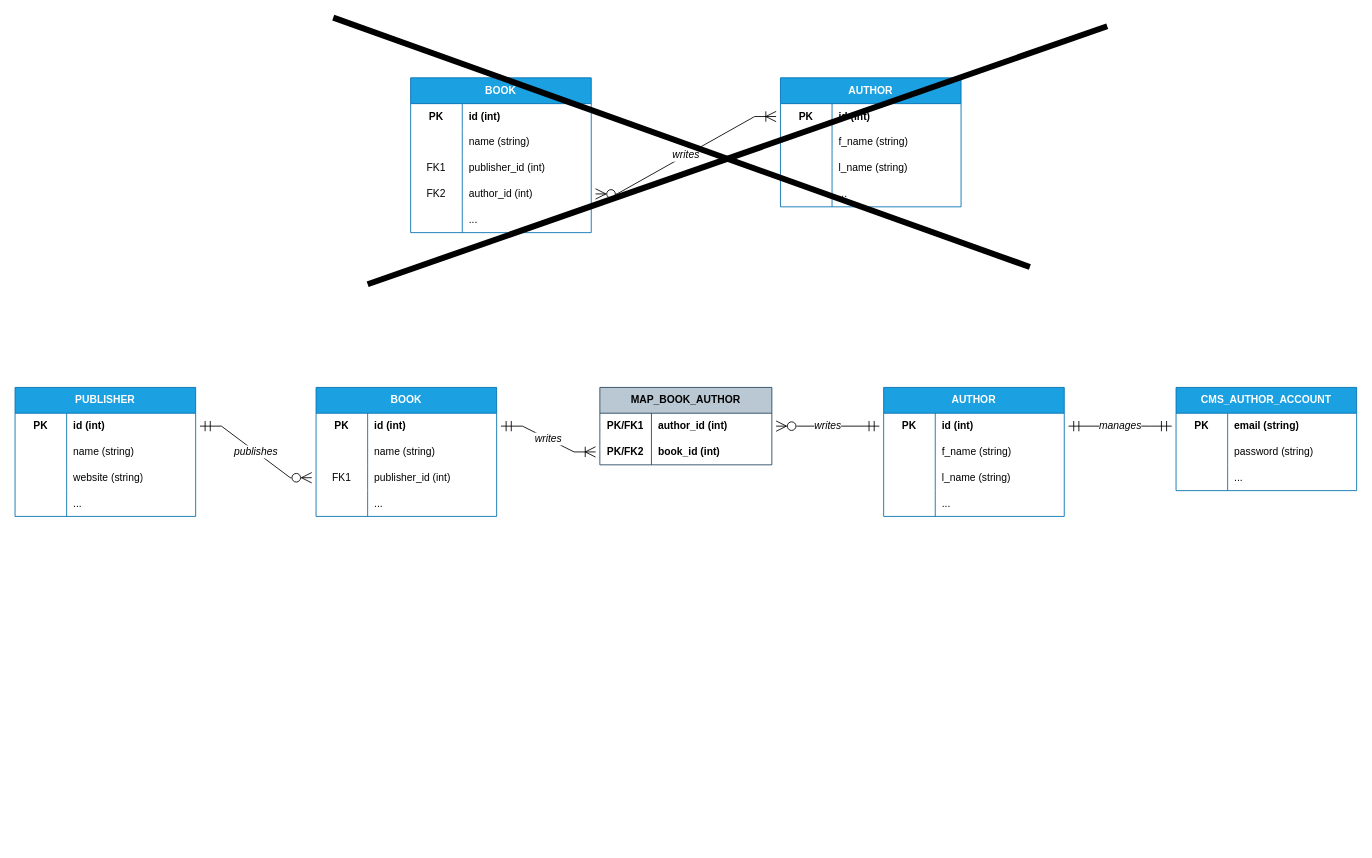
aldolammel/my-dev-knowledge keeps this draw.io diagram as database/_basic-concepts/relationship-types/imgs/erd_relationship_examples.drawio. Above is the earlier version. Source tidied: cells renumbered, new cells numbered last; positions are measured from the earlier drawing's top-left corner, leaving out a move shared by most shapes. Both pictures are drawn from the tidied source at 86%, with x=0, y=0 at pixel (15, 17).
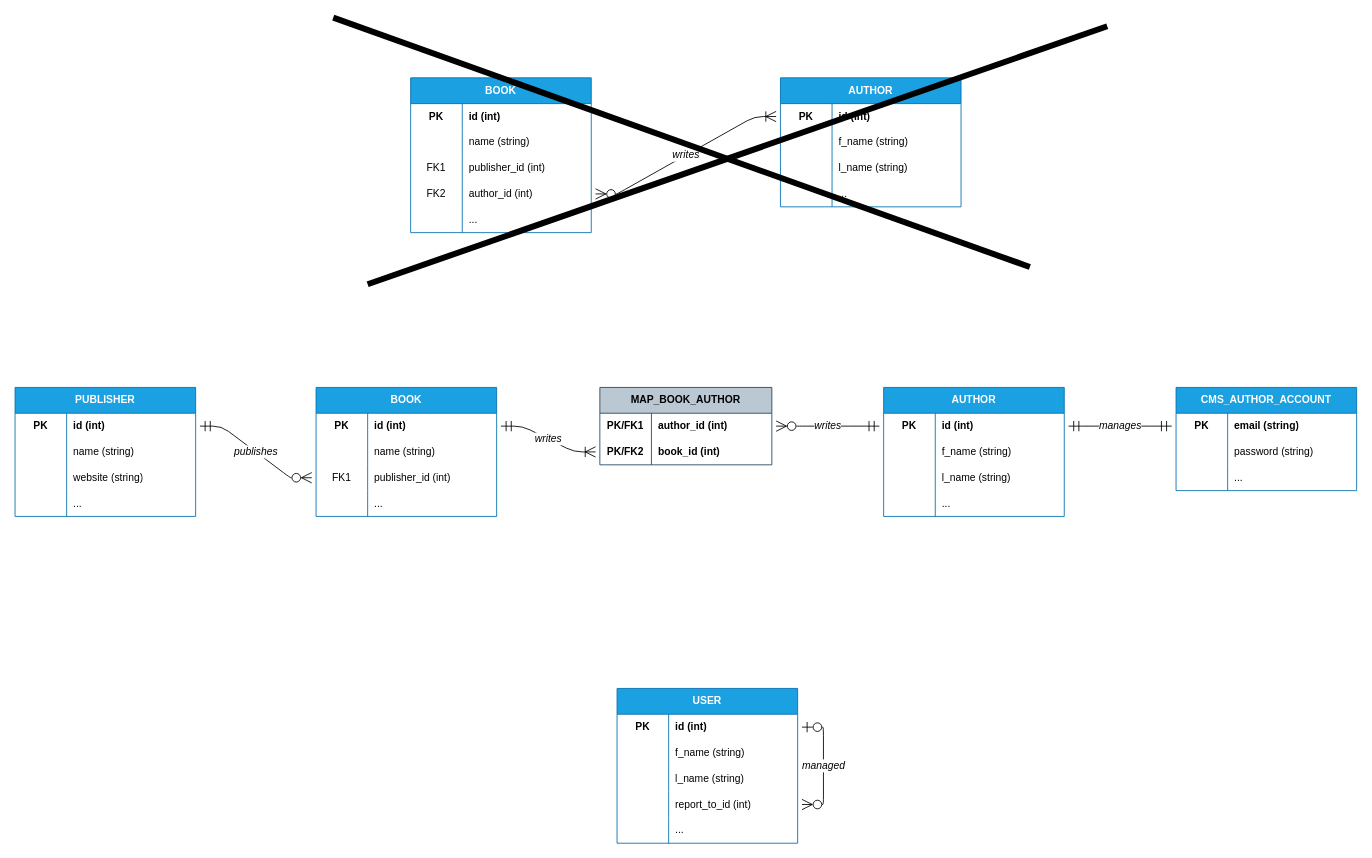
The same diagram, later.

The change refers to these unchanged cells:
```xml
<mxCell id="3" style="shape=tableRow;horizontal=0;startSize=0;swimlaneHead=0;swimlaneBody=0;fillColor=none;points=[[0,0.5],[1,0.5]];portConstraint=eastwest;top=0;left=0;right=0;bottom=0;html=1;" parent="2" vertex="1">
  <mxGeometry y="30" width="210" height="30" as="geometry" />
</mxCell>
<mxCell id="25" style="shape=tableRow;horizontal=0;startSize=0;swimlaneHead=0;swimlaneBody=0;fillColor=none;points=[[0,0.5],[1,0.5]];portConstraint=eastwest;top=0;left=0;right=0;bottom=0;html=1;" parent="15" vertex="1">
  <mxGeometry y="120" width="210" height="30" as="geometry" />
</mxCell>
<mxCell id="33" style="shape=tableRow;horizontal=0;startSize=0;swimlaneHead=0;swimlaneBody=0;fillColor=none;points=[[0,0.5],[1,0.5]];portConstraint=eastwest;top=0;left=0;right=0;bottom=0;html=1;" parent="32" vertex="1">
  <mxGeometry y="30" width="210" height="30" as="geometry" />
</mxCell>
<mxCell id="47" style="shape=tableRow;horizontal=0;startSize=0;swimlaneHead=0;swimlaneBody=0;fillColor=none;points=[[0,0.5],[1,0.5]];portConstraint=eastwest;top=0;left=0;right=0;bottom=0;html=1;fontStyle=0;" parent="46" vertex="1">
  <mxGeometry y="30" width="210" height="30" as="geometry" />
</mxCell>
<mxCell id="58" style="shape=tableRow;horizontal=0;startSize=0;swimlaneHead=0;swimlaneBody=0;fillColor=none;points=[[0,0.5],[1,0.5]];portConstraint=eastwest;top=0;left=0;right=0;bottom=0;html=1;" parent="57" vertex="1">
  <mxGeometry y="30" width="200" height="30" as="geometry" />
</mxCell>
<mxCell id="61" style="shape=tableRow;horizontal=0;startSize=0;swimlaneHead=0;swimlaneBody=0;fillColor=none;points=[[0,0.5],[1,0.5]];portConstraint=eastwest;top=0;left=0;right=0;bottom=0;html=1;" parent="57" vertex="1">
  <mxGeometry y="60" width="200" height="30" as="geometry" />
</mxCell>
<mxCell id="65" style="shape=tableRow;horizontal=0;startSize=0;swimlaneHead=0;swimlaneBody=0;fillColor=none;points=[[0,0.5],[1,0.5]];portConstraint=eastwest;top=0;left=0;right=0;bottom=0;html=1;" parent="64" vertex="1">
  <mxGeometry y="30" width="210" height="30" as="geometry" />
</mxCell>
<mxCell id="71" style="shape=tableRow;horizontal=0;startSize=0;swimlaneHead=0;swimlaneBody=0;fillColor=none;points=[[0,0.5],[1,0.5]];portConstraint=eastwest;top=0;left=0;right=0;bottom=0;html=1;" parent="64" vertex="1">
  <mxGeometry y="90" width="210" height="30" as="geometry" />
</mxCell>
<mxCell id="78" style="shape=tableRow;horizontal=0;startSize=0;swimlaneHead=0;swimlaneBody=0;fillColor=none;points=[[0,0.5],[1,0.5]];portConstraint=eastwest;top=0;left=0;right=0;bottom=0;html=1;" parent="77" vertex="1">
  <mxGeometry y="30" width="210" height="30" as="geometry" />
</mxCell>
```

Diff of the diagram source:
```diff
@@
-    <mxCell id="31" value="&lt;i&gt;publishes&lt;/i&gt;" style="edgeStyle=entityRelationEdgeStyle;fontSize=12;html=1;endArrow=ERmandOne;startArrow=ERzeroToMany;rounded=0;strokeWidth=1;startSize=10;endSize=10;sourcePerimeterSpacing=5;targetPerimeterSpacing=5;curved=0;endFill=0;startFill=0;" parent="1" edge="1" source="71" target="3">
+    <mxCell id="31" value="&lt;i&gt;publishes&lt;/i&gt;" style="edgeStyle=entityRelationEdgeStyle;fontSize=12;html=1;endArrow=ERmandOne;startArrow=ERzeroToMany;rounded=1;strokeWidth=1;startSize=10;endSize=10;sourcePerimeterSpacing=5;targetPerimeterSpacing=5;curved=0;endFill=0;startFill=0;" parent="1" edge="1" source="71" target="3">
       <mxGeometry relative="1" as="geometry" />
     </mxCell>
@@
-    <mxCell id="45" value="&lt;i&gt;writes&lt;/i&gt;" style="edgeStyle=entityRelationEdgeStyle;fontSize=12;html=1;endArrow=ERoneToMany;startArrow=ERzeroToMany;rounded=0;strokeWidth=1;startSize=10;endSize=10;sourcePerimeterSpacing=5;targetPerimeterSpacing=5;curved=0;endFill=0;startFill=0;" parent="1" edge="1" source="25" target="33">
+    <mxCell id="45" value="&lt;i&gt;writes&lt;/i&gt;" style="edgeStyle=entityRelationEdgeStyle;fontSize=12;html=1;endArrow=ERoneToMany;startArrow=ERzeroToMany;rounded=1;strokeWidth=1;startSize=10;endSize=10;sourcePerimeterSpacing=5;targetPerimeterSpacing=5;curved=0;endFill=0;startFill=0;" parent="1" edge="1" source="25" target="33">
       <mxGeometry relative="1" as="geometry" />
     </mxCell>
@@
-    <mxCell id="56" value="&lt;i&gt;manages&lt;/i&gt;" style="edgeStyle=entityRelationEdgeStyle;fontSize=12;html=1;endArrow=ERmandOne;startArrow=ERmandOne;rounded=0;strokeWidth=1;startSize=10;endSize=10;sourcePerimeterSpacing=5;targetPerimeterSpacing=5;curved=0;endFill=0;startFill=0;" parent="1" edge="1" source="78" target="47">
+    <mxCell id="56" value="&lt;i&gt;manages&lt;/i&gt;" style="edgeStyle=entityRelationEdgeStyle;fontSize=12;html=1;endArrow=ERmandOne;startArrow=ERmandOne;rounded=1;strokeWidth=1;startSize=10;endSize=10;sourcePerimeterSpacing=5;targetPerimeterSpacing=5;curved=0;endFill=0;startFill=0;" parent="1" edge="1" source="78" target="47">
       <mxGeometry relative="1" as="geometry" />
     </mxCell>
@@
-    <mxCell id="90" value="&lt;i&gt;writes&lt;/i&gt;" style="edgeStyle=entityRelationEdgeStyle;fontSize=12;html=1;endArrow=ERoneToMany;startArrow=ERmandOne;rounded=0;strokeWidth=1;startSize=10;endSize=10;sourcePerimeterSpacing=5;targetPerimeterSpacing=5;curved=0;endFill=0;startFill=0;" parent="1" edge="1" source="65" target="61">
+    <mxCell id="90" value="&lt;i&gt;writes&lt;/i&gt;" style="edgeStyle=entityRelationEdgeStyle;fontSize=12;html=1;endArrow=ERoneToMany;startArrow=ERmandOne;rounded=1;strokeWidth=1;startSize=10;endSize=10;sourcePerimeterSpacing=5;targetPerimeterSpacing=5;curved=0;endFill=0;startFill=0;" parent="1" edge="1" source="65" target="61">
       <mxGeometry relative="1" as="geometry" />
     </mxCell>
-    <mxCell id="91" value="&lt;i&gt;writes&lt;/i&gt;" style="edgeStyle=entityRelationEdgeStyle;fontSize=12;html=1;endArrow=ERmandOne;startArrow=ERzeroToMany;rounded=0;strokeWidth=1;startSize=10;endSize=10;sourcePerimeterSpacing=5;targetPerimeterSpacing=5;curved=0;endFill=0;startFill=0;" parent="1" edge="1" source="58" target="78">
+    <mxCell id="91" value="&lt;i&gt;writes&lt;/i&gt;" style="edgeStyle=entityRelationEdgeStyle;fontSize=12;html=1;endArrow=ERmandOne;startArrow=ERzeroToMany;rounded=1;strokeWidth=1;startSize=10;endSize=10;sourcePerimeterSpacing=5;targetPerimeterSpacing=5;curved=0;endFill=0;startFill=0;" parent="1" edge="1" source="58" target="78">
       <mxGeometry relative="1" as="geometry" />
     </mxCell>
@@
+    <mxCell id="94" value="USER" style="shape=table;startSize=30;childLayout=tableLayout;rowLines=0;fontStyle=1;align=center;html=1;whiteSpace=wrap;swimlaneFillColor=none;fillColor=#1ba1e2;fontColor=#ffffff;strokeColor=#006EAF;" parent="1" vertex="1">
+      <mxGeometry x="700" y="780" width="210" height="180" as="geometry" />
+    </mxCell>
+    <mxCell id="95" style="shape=tableRow;horizontal=0;startSize=0;swimlaneHead=0;swimlaneBody=0;fillColor=none;points=[[0,0.5],[1,0.5]];portConstraint=eastwest;top=0;left=0;right=0;bottom=0;html=1;" parent="94" vertex="1">
+      <mxGeometry y="30" width="210" height="30" as="geometry" />
+    </mxCell>
+    <mxCell id="96" value="PK" style="shape=partialRectangle;fillColor=none;top=0;left=0;bottom=0;right=0;fontStyle=1;overflow=hidden;html=1;whiteSpace=wrap;" parent="95" vertex="1">
+      <mxGeometry width="60" height="30" as="geometry" />
+    </mxCell>
+    <mxCell id="97" value="id (int)" style="shape=partialRectangle;fillColor=none;top=0;left=0;bottom=0;right=0;align=left;spacingLeft=6;fontStyle=1;overflow=hidden;html=1;whiteSpace=wrap;" parent="95" vertex="1">
+      <mxGeometry x="60" width="150" height="30" as="geometry" />
+    </mxCell>
+    <mxCell id="98" style="shape=tableRow;horizontal=0;startSize=0;swimlaneHead=0;swimlaneBody=0;fillColor=none;top=0;left=0;right=0;bottom=0;html=1;" parent="94" vertex="1">
+      <mxGeometry y="60" width="210" height="30" as="geometry" />
+    </mxCell>
+    <mxCell id="99" style="shape=partialRectangle;fillColor=none;top=0;left=0;bottom=0;right=0;overflow=hidden;html=1;whiteSpace=wrap;" parent="98" vertex="1">
+      <mxGeometry width="60" height="30" as="geometry" />
+    </mxCell>
+    <mxCell id="100" value="f_name (string)" style="shape=partialRectangle;fillColor=none;top=0;left=0;bottom=0;right=0;align=left;spacingLeft=6;overflow=hidden;html=1;whiteSpace=wrap;" parent="98" vertex="1">
+      <mxGeometry x="60" width="150" height="30" as="geometry" />
+    </mxCell>
+    <mxCell id="101" style="shape=tableRow;horizontal=0;startSize=0;swimlaneHead=0;swimlaneBody=0;fillColor=none;top=0;left=0;right=0;bottom=0;html=1;" parent="94" vertex="1">
+      <mxGeometry y="90" width="210" height="30" as="geometry" />
+    </mxCell>
+    <mxCell id="102" style="shape=partialRectangle;fillColor=none;top=0;left=0;bottom=0;right=0;overflow=hidden;html=1;whiteSpace=wrap;" parent="101" vertex="1">
+      <mxGeometry width="60" height="30" as="geometry" />
+    </mxCell>
+    <mxCell id="103" value="l_name (string)" style="shape=partialRectangle;fillColor=none;top=0;left=0;bottom=0;right=0;align=left;spacingLeft=6;overflow=hidden;html=1;whiteSpace=wrap;" parent="101" vertex="1">
+      <mxGeometry x="60" width="150" height="30" as="geometry" />
+    </mxCell>
+    <mxCell id="104" style="shape=tableRow;horizontal=0;startSize=0;swimlaneHead=0;swimlaneBody=0;fillColor=none;points=[[0,0.5],[1,0.5]];portConstraint=eastwest;top=0;left=0;right=0;bottom=0;html=1;" parent="94" vertex="1">
+      <mxGeometry y="120" width="210" height="30" as="geometry" />
+    </mxCell>
+    <mxCell id="105" style="shape=partialRectangle;fillColor=none;top=0;left=0;bottom=0;right=0;overflow=hidden;html=1;whiteSpace=wrap;" parent="104" vertex="1">
+      <mxGeometry width="60" height="30" as="geometry" />
+    </mxCell>
+    <mxCell id="106" value="report_to_id (int)" style="shape=partialRectangle;fillColor=none;top=0;left=0;bottom=0;right=0;align=left;spacingLeft=6;overflow=hidden;html=1;whiteSpace=wrap;" parent="104" vertex="1">
+      <mxGeometry x="60" width="150" height="30" as="geometry" />
+    </mxCell>
+    <mxCell id="107" style="shape=tableRow;horizontal=0;startSize=0;swimlaneHead=0;swimlaneBody=0;fillColor=none;top=0;left=0;right=0;bottom=0;html=1;" parent="94" vertex="1">
+      <mxGeometry y="150" width="210" height="30" as="geometry" />
+    </mxCell>
+    <mxCell id="108" style="shape=partialRectangle;fillColor=none;top=0;left=0;bottom=0;right=0;overflow=hidden;html=1;whiteSpace=wrap;" parent="107" vertex="1">
+      <mxGeometry width="60" height="30" as="geometry" />
+    </mxCell>
+    <mxCell id="109" value="..." style="shape=partialRectangle;fillColor=none;top=0;left=0;bottom=0;right=0;align=left;spacingLeft=6;overflow=hidden;html=1;whiteSpace=wrap;" parent="107" vertex="1">
+      <mxGeometry x="60" width="150" height="30" as="geometry" />
+    </mxCell>
+    <mxCell id="110" value="&lt;i&gt;managed&lt;/i&gt;" style="edgeStyle=entityRelationEdgeStyle;fontSize=12;html=1;endArrow=ERzeroToOne;startArrow=ERzeroToMany;rounded=1;strokeWidth=1;startSize=10;endSize=10;sourcePerimeterSpacing=5;targetPerimeterSpacing=5;endFill=0;startFill=0;" parent="94" edge="1" source="104" target="95">
+      <mxGeometry relative="1" as="geometry" />
+    </mxCell>
```
